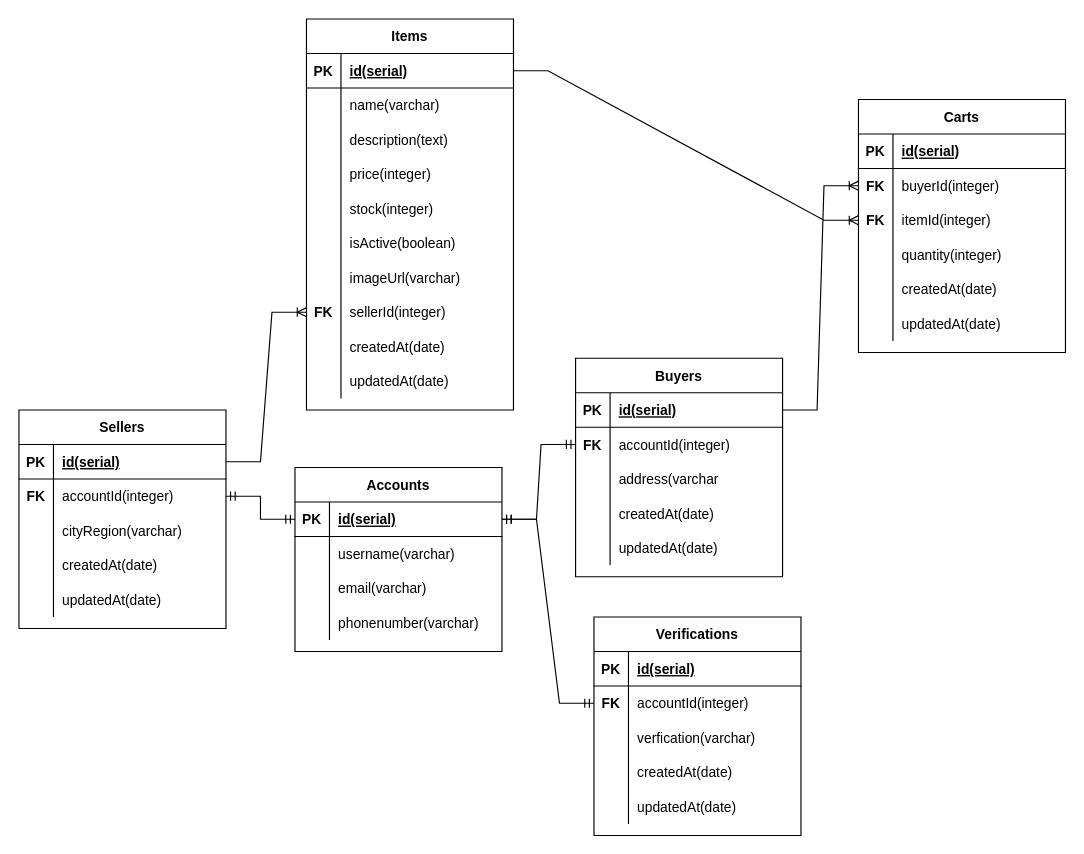
Earlier version of the draw.io diagram judge irvan.drawio (fathurk/belajar-js). Source tidied: cells renumbered, new cells numbered last; positions are measured from the earlier drawing's top-left corner, leaving out a move shared by most shapes. Both pictures are drawn from the tidied source at 115%, with x=0, y=0 at pixel (18, 18).
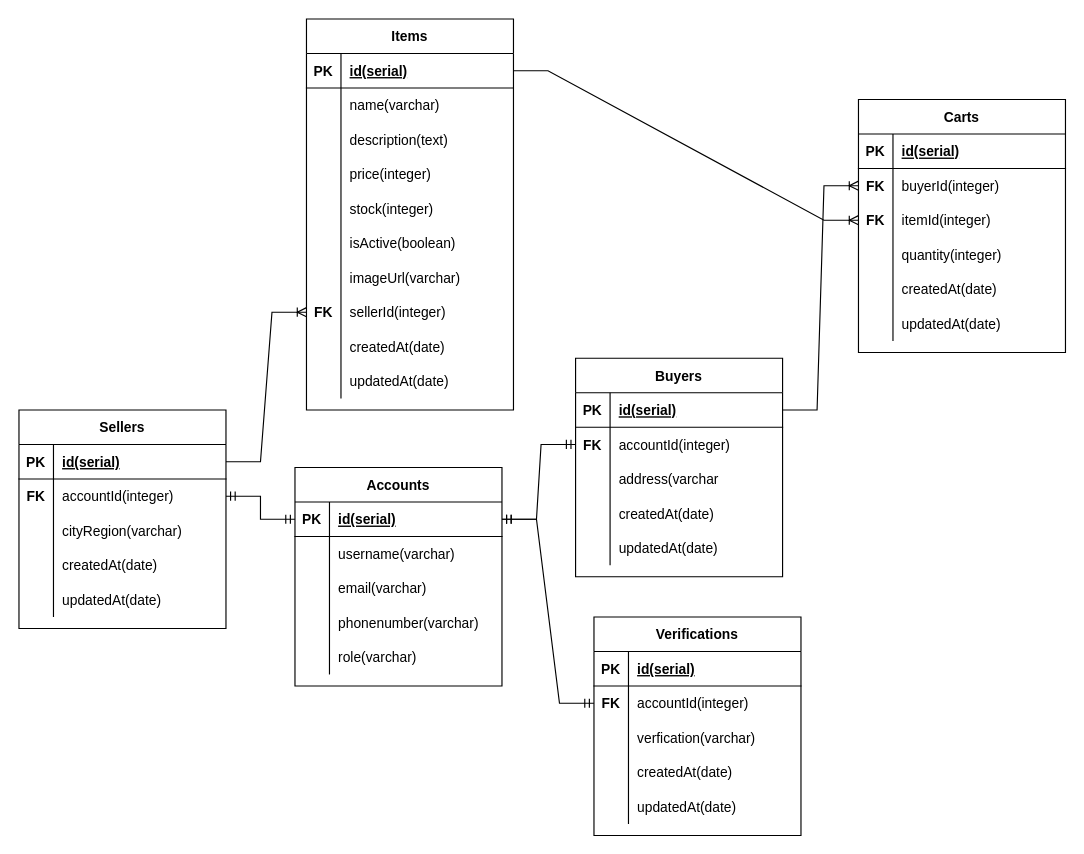
The same page after the edit.

Change to the diagram source:
```diff
@@
     <mxCell id="34" value="Accounts" style="shape=table;startSize=30;childLayout=tableLayout;rowLines=0;fontStyle=1;align=center;" parent="1" vertex="1">
-      <mxGeometry x="240" y="390" width="180" height="160" as="geometry" />
+      <mxGeometry x="240" y="390" width="180" height="190" as="geometry" />
     </mxCell>
@@
+    <mxCell id="119" style="shape=partialRectangle;fillColor=none;top=0;left=0;bottom=0;right=0;" parent="34" vertex="1">
+      <mxGeometry y="150" width="180" height="30" as="geometry" />
+    </mxCell>
+    <mxCell id="120" style="shape=partialRectangle;fillColor=none;top=0;left=0;bottom=0;right=0;overflow=hidden;" parent="119" vertex="1">
+      <mxGeometry width="30" height="30" as="geometry" />
+    </mxCell>
+    <mxCell id="121" value="role(varchar)" style="shape=partialRectangle;fillColor=none;top=0;left=0;bottom=0;right=0;align=left;spacingLeft=6;overflow=hidden;" parent="119" vertex="1">
+      <mxGeometry x="30" width="150" height="30" as="geometry" />
+    </mxCell>
```
